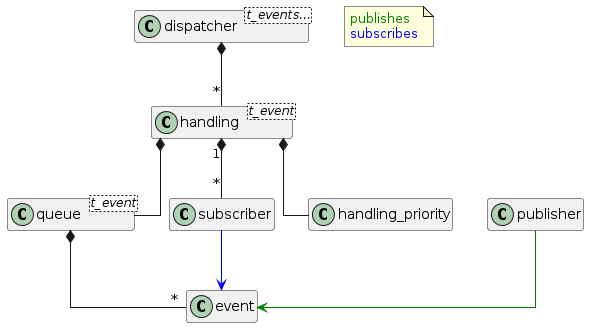
The PlantUML diagram async/docs/classes.png in rodrigocanellas/tenacitas, before a commit.
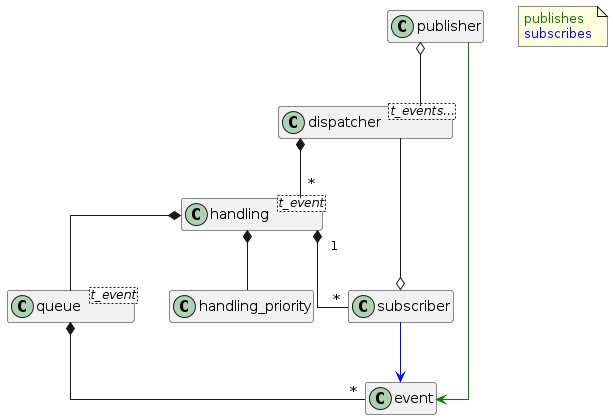
The same file after the commit.

Commit message:
improving class diagram for 'async::dispatcher'

What changed in the source:
```diff
@@ -17,6 +17,8 @@
 handling *-- handling_priority
 dispatcher *-- "*" handling
 handling *-- queue
+subscriber o-- dispatcher
+publisher o-- dispatcher
 
 note "<color green>publishes\n<color blue>subscribes" as legend
 @enduml
```
